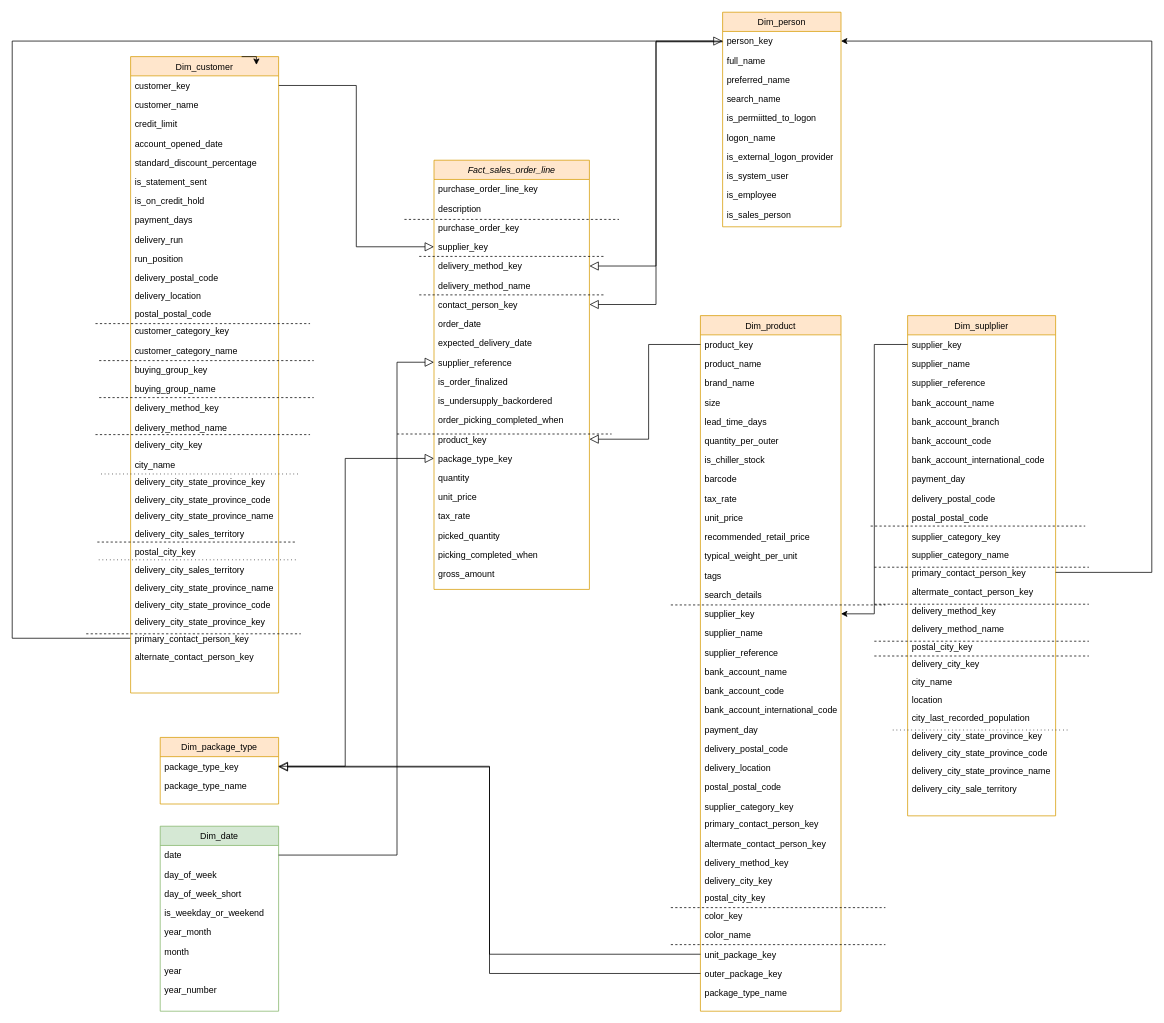
This is Purchase Order.drawio from DucTran3110/data_warehouse_course, a draw.io file, before an edit. Source tidied: cells renumbered, new cells numbered last; positions are measured from the earlier drawing's top-left corner, leaving out a move shared by most shapes. Both pictures are drawn from the tidied source at 74%, with x=0, y=0 at pixel (12, 12).
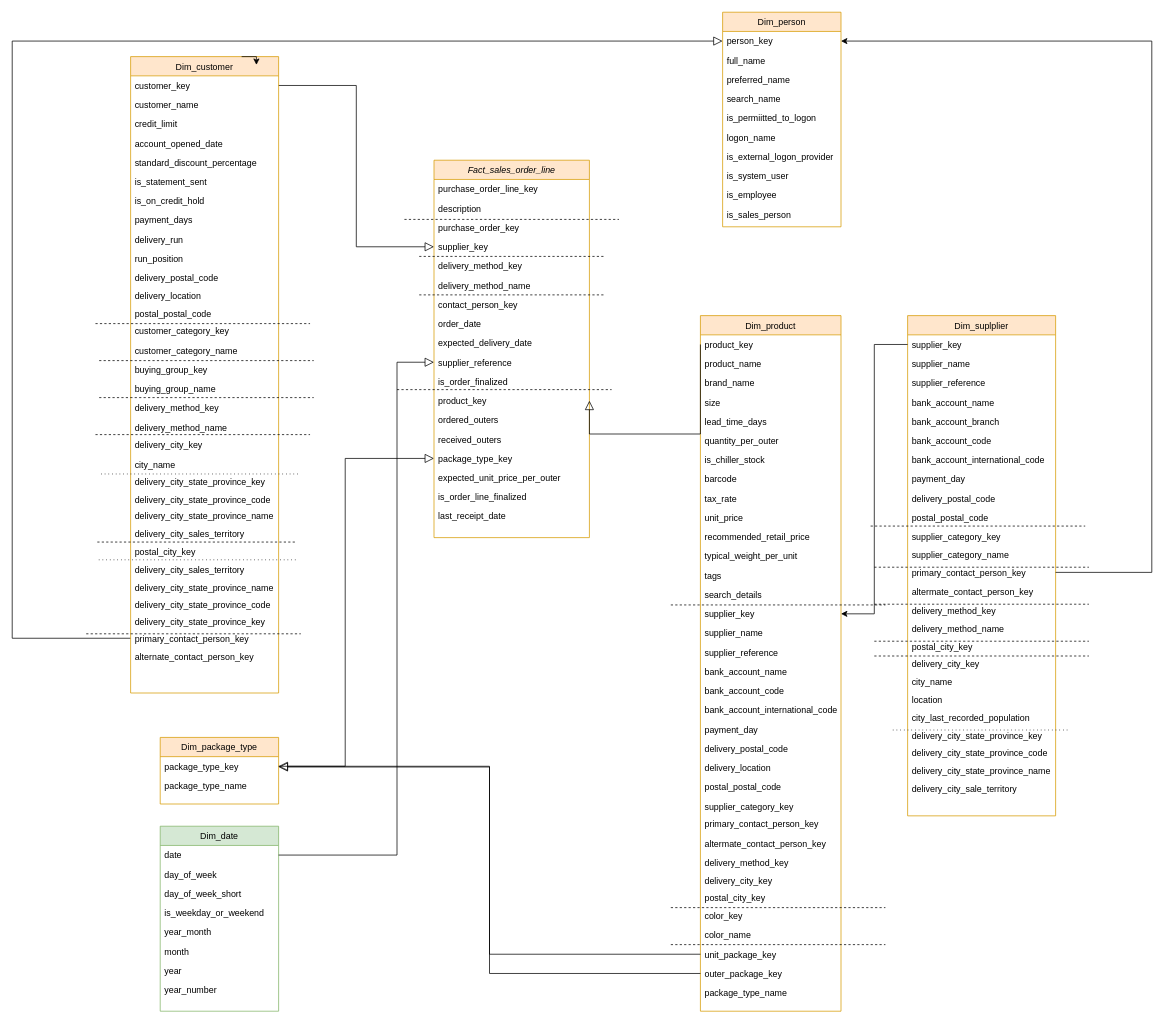
The same diagram, later.

The change refers to these unchanged cells:
```xml
<mxCell id="7" value="delivery_method_key" style="text;align=left;verticalAlign=top;spacingLeft=4;spacingRight=4;overflow=hidden;points=[[0,0.5],[1,0.5]];portConstraint=eastwest;rounded=0;shadow=0;html=0;" parent="2" vertex="1">
  <mxGeometry y="130" width="210" height="26" as="geometry" />
</mxCell>
<mxCell id="10" value="contact_person_key" style="text;align=left;verticalAlign=top;spacingLeft=4;spacingRight=4;overflow=hidden;points=[[0,0.5],[1,0.5]];portConstraint=eastwest;rounded=0;shadow=0;html=0;" parent="2" vertex="1">
  <mxGeometry y="182" width="210" height="26" as="geometry" />
</mxCell>
<mxCell id="27" value="person_key" style="text;align=left;verticalAlign=top;spacingLeft=4;spacingRight=4;overflow=hidden;points=[[0,0.5],[1,0.5]];portConstraint=eastwest;" parent="26" vertex="1">
  <mxGeometry y="26" width="160" height="26" as="geometry" />
</mxCell>
```

Change to the diagram source:
```diff
@@
     <mxCell id="2" value="Fact_sales_order_line" style="swimlane;fontStyle=2;align=center;verticalAlign=top;horizontal=1;startSize=26;rounded=0;shadow=0;strokeWidth=1;swimlaneLine=1;fillColor=#ffe6cc;strokeColor=#d79b00;" parent="1" vertex="1">
-      <mxGeometry x="570" y="200" width="210" height="580" as="geometry" />
+      <mxGeometry x="570" y="200" width="210" height="510" as="geometry" />
     </mxCell>
@@
+    <mxCell id="17" value="product_key" style="text;align=left;verticalAlign=top;spacingLeft=4;spacingRight=4;overflow=hidden;points=[[0,0.5],[1,0.5]];portConstraint=eastwest;rounded=0;shadow=0;html=0;" parent="2" vertex="1">
+      <mxGeometry y="312" width="210" height="26" as="geometry" />
+    </mxCell>
-    <mxCell id="15" value="is_undersupply_backordered" style="text;align=left;verticalAlign=top;spacingLeft=4;spacingRight=4;overflow=hidden;rounded=0;shadow=0;html=0;" parent="2" vertex="1">
-      <mxGeometry y="312" width="210" height="26" as="geometry" />
+    <mxCell id="15" value="ordered_outers" style="text;align=left;verticalAlign=top;spacingLeft=4;spacingRight=4;overflow=hidden;rounded=0;shadow=0;html=0;" parent="2" vertex="1">
+      <mxGeometry y="338" width="210" height="26" as="geometry" />
     </mxCell>
-    <mxCell id="16" value="order_picking_completed_when" style="text;align=left;verticalAlign=top;spacingLeft=4;spacingRight=4;overflow=hidden;rounded=0;shadow=0;html=0;" parent="2" vertex="1">
-      <mxGeometry y="338" width="210" height="26" as="geometry" />
+    <mxCell id="16" value="received_outers" style="text;align=left;verticalAlign=top;spacingLeft=4;spacingRight=4;overflow=hidden;rounded=0;shadow=0;html=0;" parent="2" vertex="1">
+      <mxGeometry y="364" width="210" height="26" as="geometry" />
     </mxCell>
-    <mxCell id="17" value="product_key" style="text;align=left;verticalAlign=top;spacingLeft=4;spacingRight=4;overflow=hidden;points=[[0,0.5],[1,0.5]];portConstraint=eastwest;rounded=0;shadow=0;html=0;" parent="2" vertex="1">
-      <mxGeometry y="364" width="210" height="26" as="geometry" />
-    </mxCell>
@@
-    <mxCell id="19" value="quantity" style="text;align=left;verticalAlign=top;spacingLeft=4;spacingRight=4;overflow=hidden;rounded=0;shadow=0;html=0;" parent="2" vertex="1">
+    <mxCell id="19" value="expected_unit_price_per_outer " style="text;align=left;verticalAlign=top;spacingLeft=4;spacingRight=4;overflow=hidden;rounded=0;shadow=0;html=0;" parent="2" vertex="1">
       <mxGeometry y="416" width="210" height="26" as="geometry" />
     </mxCell>
-    <mxCell id="20" value="unit_price" style="text;align=left;verticalAlign=top;spacingLeft=4;spacingRight=4;overflow=hidden;rounded=0;shadow=0;html=0;" parent="2" vertex="1">
+    <mxCell id="20" value="is_order_line_finalized" style="text;align=left;verticalAlign=top;spacingLeft=4;spacingRight=4;overflow=hidden;rounded=0;shadow=0;html=0;" parent="2" vertex="1">
       <mxGeometry y="442" width="210" height="26" as="geometry" />
     </mxCell>
-    <mxCell id="21" value="tax_rate" style="text;align=left;verticalAlign=top;spacingLeft=4;spacingRight=4;overflow=hidden;rounded=0;shadow=0;html=0;" parent="2" vertex="1">
+    <mxCell id="21" value="last_receipt_date" style="text;align=left;verticalAlign=top;spacingLeft=4;spacingRight=4;overflow=hidden;rounded=0;shadow=0;html=0;" parent="2" vertex="1">
       <mxGeometry y="468" width="210" height="26" as="geometry" />
     </mxCell>
-    <mxCell id="22" value=" picked_quantity" style="text;align=left;verticalAlign=top;spacingLeft=4;spacingRight=4;overflow=hidden;rounded=0;shadow=0;html=0;" parent="2" vertex="1">
-      <mxGeometry y="494" width="210" height="26" as="geometry" />
-    </mxCell>
-    <mxCell id="23" value="picking_completed_when" style="text;align=left;verticalAlign=top;spacingLeft=4;spacingRight=4;overflow=hidden;rounded=0;shadow=0;html=0;" parent="2" vertex="1">
-      <mxGeometry y="520" width="210" height="26" as="geometry" />
-    </mxCell>
-    <mxCell id="24" value="gross_amount" style="text;align=left;verticalAlign=top;spacingLeft=4;spacingRight=4;overflow=hidden;rounded=0;shadow=0;html=0;" parent="2" vertex="1">
-      <mxGeometry y="546" width="210" height="26" as="geometry" />
-    </mxCell>
@@
     <mxCell id="126" style="endArrow=none;dashed=1;html=1;rounded=0;" parent="1" edge="1">
       <mxGeometry relative="1" as="geometry">
-        <mxPoint x="520" y="570" as="sourcePoint" />
-        <mxPoint x="810" y="570" as="targetPoint" />
+        <mxPoint x="520" y="510" as="sourcePoint" />
+        <mxPoint x="810" y="510" as="targetPoint" />
       </mxGeometry>
     </mxCell>
@@
-    <mxCell id="169" style="group;" parent="1" vertex="1">
-      <mxGeometry x="960" y="40" as="geometry" />
-    </mxCell>
-    <mxCell id="170" style="endArrow=block;endSize=10;endFill=0;shadow=0;strokeWidth=1;rounded=0;edgeStyle=elbowEdgeStyle;entryX=1;entryY=0.5;entryDx=0;entryDy=0;exitX=0;exitY=0.5;exitDx=0;exitDy=0;" parent="169" edge="1" source="27" target="7">
-      <mxGeometry relative="1" as="geometry" />
-    </mxCell>
-    <mxCell id="171" style="endArrow=block;endSize=10;endFill=0;shadow=0;strokeWidth=1;rounded=0;edgeStyle=elbowEdgeStyle;entryX=1;entryY=0.5;entryDx=0;entryDy=0;" parent="169" edge="1" target="10">
-      <mxGeometry relative="1" as="geometry">
-        <mxPoint as="sourcePoint" />
-      </mxGeometry>
-    </mxCell>
```
